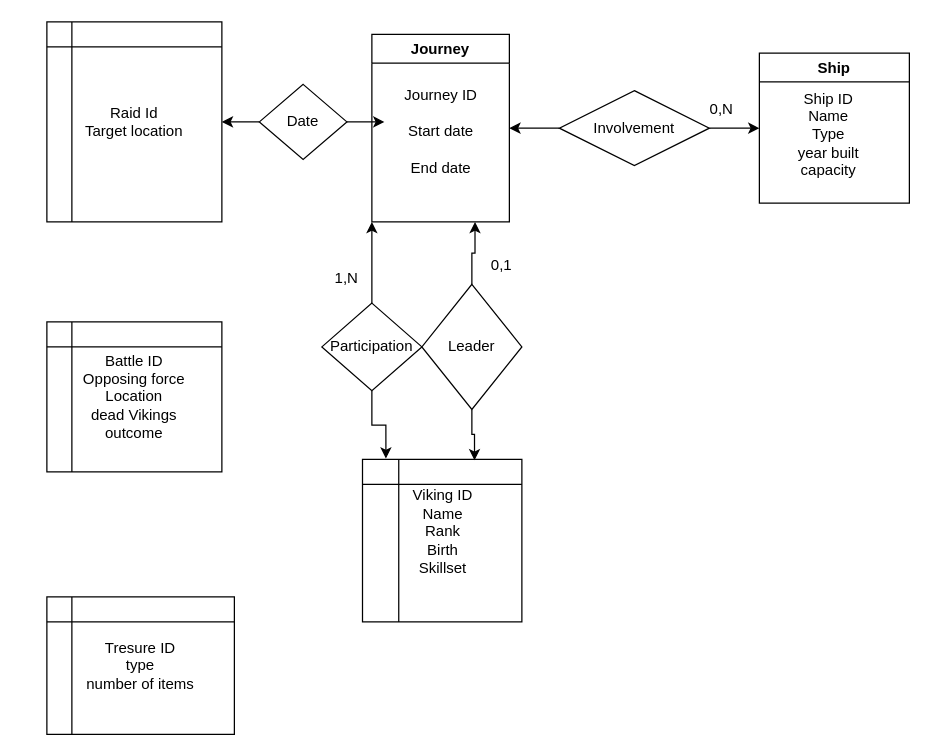
Markusgard/Databaser-innlevering keeps this draw.io diagram as P1.drawio. Above is the earlier version. Source tidied: cells renumbered, new cells numbered last; positions are measured from the earlier drawing's top-left corner, leaving out a move shared by most shapes. Both pictures are drawn from the tidied source at 125%, with x=0, y=0 at pixel (46, 21).
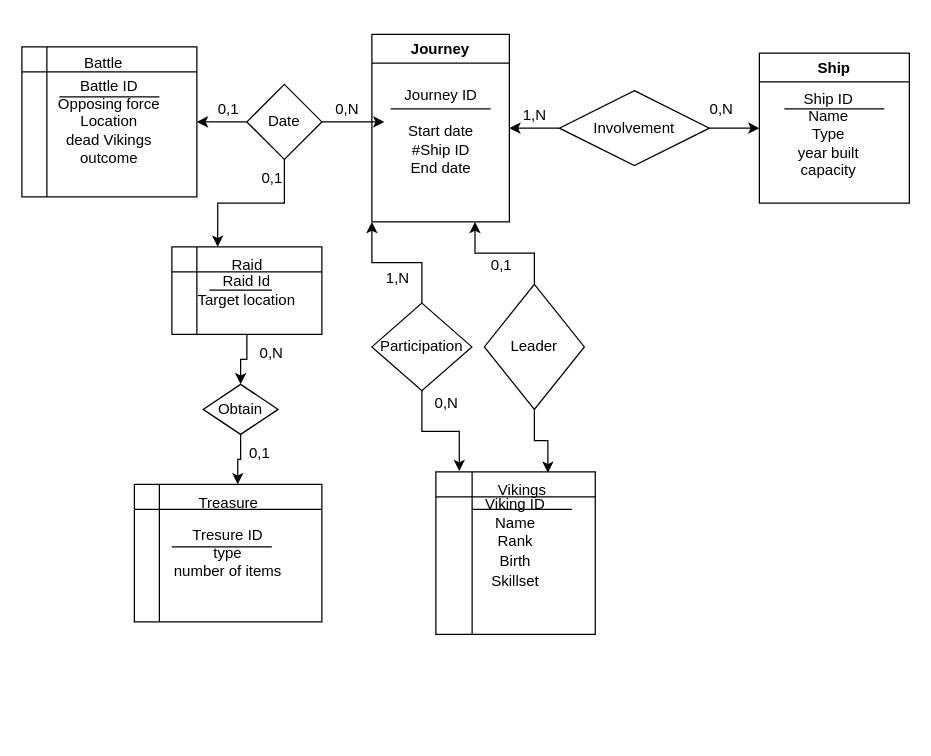
Above is the later version.

The change refers to these unchanged cells:
```xml
<mxCell id="2" value="Journey" style="swimlane;whiteSpace=wrap;html=1;" parent="1" vertex="1">
  <mxGeometry x="260" y="10" width="110" height="150" as="geometry" />
</mxCell>
<mxCell id="4" value="Ship" style="swimlane;whiteSpace=wrap;html=1;" parent="1" vertex="1">
  <mxGeometry x="570" y="25" width="120" height="120" as="geometry" />
</mxCell>
```

What changed in the source:
```diff
@@
-    <mxCell id="3" value="Journey ID&lt;div&gt;&lt;br&gt;&lt;/div&gt;&lt;div&gt;Start date&lt;/div&gt;&lt;div&gt;&lt;br&gt;&lt;/div&gt;&lt;div&gt;End date&lt;/div&gt;&lt;div&gt;&lt;br&gt;&lt;/div&gt;" style="text;html=1;align=center;verticalAlign=middle;strokeColor=none;fillColor=none;" parent="2" vertex="1">
+    <mxCell id="3" value="Journey ID&lt;div&gt;&lt;br&gt;&lt;/div&gt;&lt;div&gt;Start date&lt;/div&gt;&lt;div&gt;#Ship ID&lt;/div&gt;&lt;div&gt;End date&lt;/div&gt;&lt;div&gt;&lt;br&gt;&lt;/div&gt;" style="text;html=1;align=center;verticalAlign=middle;strokeColor=none;fillColor=none;" parent="2" vertex="1">
       <mxGeometry x="15" y="35" width="80" height="100" as="geometry" />
     </mxCell>
+    <mxCell id="26" style="endArrow=none;html=1;rounded=0;" parent="2" edge="1">
+      <mxGeometry relative="1" as="geometry">
+        <mxPoint x="15" y="59.5" as="sourcePoint" />
+        <mxPoint x="95" y="59.5" as="targetPoint" />
+      </mxGeometry>
+    </mxCell>
@@
+    <mxCell id="27" style="endArrow=none;html=1;rounded=0;" parent="4" edge="1">
+      <mxGeometry relative="1" as="geometry">
+        <mxPoint x="20" y="44.5" as="sourcePoint" />
+        <mxPoint x="100" y="44.5" as="targetPoint" />
+      </mxGeometry>
+    </mxCell>
@@
-    <mxCell id="10" value="Viking ID&lt;div&gt;Name&lt;/div&gt;&lt;div&gt;Rank&lt;/div&gt;&lt;div&gt;Birth&lt;/div&gt;&lt;div&gt;Skillset&lt;/div&gt;&lt;div&gt;&lt;br&gt;&lt;/div&gt;" style="shape=internalStorage;whiteSpace=wrap;html=1;backgroundOutline=1;dx=29;dy=20;" parent="1" vertex="1">
-      <mxGeometry x="252.5" y="350" width="127.5" height="130" as="geometry" />
+    <mxCell id="10" value="Viking ID&lt;div style=&quot;line-height: 130%;&quot;&gt;Name&lt;/div&gt;&lt;div style=&quot;line-height: 130%;&quot;&gt;Rank&lt;/div&gt;&lt;div style=&quot;line-height: 130%;&quot;&gt;Birth&lt;/div&gt;&lt;div style=&quot;line-height: 130%;&quot;&gt;Skillset&lt;/div&gt;&lt;div style=&quot;line-height: 130%;&quot;&gt;&lt;br&gt;&lt;/div&gt;" style="shape=internalStorage;whiteSpace=wrap;html=1;backgroundOutline=1;dx=29;dy=20;" parent="1" vertex="1">
+      <mxGeometry x="311.2" y="360" width="127.5" height="130" as="geometry" />
     </mxCell>
     <mxCell id="11" value="Participation" style="rhombus;whiteSpace=wrap;html=1;" parent="1" vertex="1">
-      <mxGeometry x="220" y="225" width="80" height="70" as="geometry" />
+      <mxGeometry x="260" y="225" width="80" height="70" as="geometry" />
     </mxCell>
@@
     <mxCell id="13" value="Leader" style="rhombus;whiteSpace=wrap;html=1;" parent="1" vertex="1">
-      <mxGeometry x="300" y="210" width="80" height="100" as="geometry" />
+      <mxGeometry x="350" y="210" width="80" height="100" as="geometry" />
     </mxCell>
@@
     <mxCell id="16" value="1,N" style="text;html=1;align=center;verticalAlign=middle;whiteSpace=wrap;rounded=0;" parent="1" vertex="1">
-      <mxGeometry x="210" y="190" width="60" height="30" as="geometry" />
+      <mxGeometry x="251.2" y="190" width="60" height="30" as="geometry" />
     </mxCell>
@@
+    <mxCell id="28" style="edgeStyle=orthogonalEdgeStyle;rounded=0;jettySize=auto;html=1;entryX=0.5;entryY=0;entryDx=0;entryDy=0;" parent="1" edge="1" source="19" target="38">
+      <mxGeometry relative="1" as="geometry" />
+    </mxCell>
     <mxCell id="19" value="Raid Id&lt;div&gt;Target location&lt;/div&gt;" style="shape=internalStorage;whiteSpace=wrap;html=1;backgroundOutline=1;" parent="1" vertex="1">
-      <mxGeometry width="140" height="160" as="geometry" />
+      <mxGeometry x="100" y="180" width="120" height="70" as="geometry" />
     </mxCell>
+    <mxCell id="21" value="Tresure ID&lt;div&gt;type&lt;/div&gt;&lt;div&gt;number of items&lt;/div&gt;" style="shape=internalStorage;whiteSpace=wrap;html=1;backgroundOutline=1;" parent="1" vertex="1">
+      <mxGeometry x="70" y="370" width="150" height="110" as="geometry" />
+    </mxCell>
+    <mxCell id="23" style="edgeStyle=orthogonalEdgeStyle;rounded=0;jettySize=auto;html=1;" parent="1" edge="1" source="24">
+      <mxGeometry relative="1" as="geometry">
+        <mxPoint x="270" y="80" as="targetPoint" />
+      </mxGeometry>
+    </mxCell>
+    <mxCell id="29" style="edgeStyle=orthogonalEdgeStyle;rounded=0;jettySize=auto;html=1;entryX=1;entryY=0.5;entryDx=0;entryDy=0;" parent="1" edge="1" source="24" target="20">
+      <mxGeometry relative="1" as="geometry" />
+    </mxCell>
+    <mxCell id="24" value="Date" style="rhombus;whiteSpace=wrap;html=1;" parent="1" vertex="1">
+      <mxGeometry x="160" y="50" width="60" height="60" as="geometry" />
+    </mxCell>
+    <mxCell id="30" style="endArrow=none;html=1;rounded=0;" parent="1" edge="1">
+      <mxGeometry relative="1" as="geometry">
+        <mxPoint x="340" y="390" as="sourcePoint" />
+        <mxPoint x="420" y="390" as="targetPoint" />
+      </mxGeometry>
+    </mxCell>
+    <mxCell id="31" style="endArrow=none;html=1;rounded=0;" parent="1" edge="1">
+      <mxGeometry relative="1" as="geometry">
+        <mxPoint x="100" y="420" as="sourcePoint" />
+        <mxPoint x="180" y="420" as="targetPoint" />
+      </mxGeometry>
+    </mxCell>
+    <mxCell id="32" value="Vikings" style="text;html=1;align=center;verticalAlign=middle;strokeColor=none;fillColor=none;" parent="1" vertex="1">
+      <mxGeometry x="350" y="360" width="60" height="30" as="geometry" />
+    </mxCell>
+    <mxCell id="33" value="Raid" style="text;html=1;align=center;verticalAlign=middle;points=[];strokeColor=none;fillColor=none;" parent="1" vertex="1">
+      <mxGeometry x="135" y="180" width="50" height="30" as="geometry" />
+    </mxCell>
     <mxCell id="20" value="Battle ID&lt;div&gt;Opposing force&lt;/div&gt;&lt;div&gt;Location&lt;/div&gt;&lt;div&gt;dead Vikings&lt;/div&gt;&lt;div&gt;outcome&lt;/div&gt;" style="shape=internalStorage;whiteSpace=wrap;html=1;backgroundOutline=1;" parent="1" vertex="1">
-      <mxGeometry y="240" width="140" height="120" as="geometry" />
+      <mxGeometry x="-20" y="20" width="140" height="120" as="geometry" />
     </mxCell>
-    <mxCell id="21" value="Tresure ID&lt;div&gt;type&lt;/div&gt;&lt;div&gt;number of items&lt;/div&gt;" style="shape=internalStorage;whiteSpace=wrap;html=1;backgroundOutline=1;" parent="1" vertex="1">
-      <mxGeometry y="460" width="150" height="110" as="geometry" />
-    </mxCell>
-    <mxCell id="22" style="edgeStyle=orthogonalEdgeStyle;rounded=0;jettySize=auto;html=1;" parent="1" edge="1" source="24" target="19">
-      <mxGeometry relative="1" as="geometry" />
-    </mxCell>
-    <mxCell id="23" style="edgeStyle=orthogonalEdgeStyle;rounded=0;jettySize=auto;html=1;" parent="1" edge="1" source="24">
-      <mxGeometry relative="1" as="geometry">
-        <mxPoint x="270" y="80" as="targetPoint" />
-      </mxGeometry>
-    </mxCell>
-    <mxCell id="24" value="Date" style="rhombus;whiteSpace=wrap;html=1;" parent="1" vertex="1">
-      <mxGeometry x="170" y="50" width="70" height="60" as="geometry" />
-    </mxCell>
@@
+    <mxCell id="34" style="endArrow=none;html=1;rounded=0;" parent="1" edge="1">
+      <mxGeometry relative="1" as="geometry">
+        <mxPoint x="10" y="60" as="sourcePoint" />
+        <mxPoint x="90" y="60" as="targetPoint" />
+      </mxGeometry>
+    </mxCell>
+    <mxCell id="35" value="Battle&lt;div&gt;&lt;br&gt;&lt;/div&gt;" style="text;html=1;align=center;verticalAlign=middle;strokeColor=none;fillColor=none;" parent="1" vertex="1">
+      <mxGeometry x="20" y="20" width="50" height="40" as="geometry" />
+    </mxCell>
+    <mxCell id="36" style="edgeStyle=orthogonalEdgeStyle;rounded=0;jettySize=auto;html=1;entryX=0.033;entryY=0;entryDx=0;entryDy=0;entryPerimeter=0;" parent="1" edge="1" source="24" target="33">
+      <mxGeometry relative="1" as="geometry" />
+    </mxCell>
+    <mxCell id="37" value="Treasure" style="text;html=1;align=center;verticalAlign=middle;points=[];strokeColor=none;fillColor=none;" parent="1" vertex="1">
+      <mxGeometry x="110" y="370" width="70" height="30" as="geometry" />
+    </mxCell>
+    <mxCell id="38" value="Obtain" style="rhombus;whiteSpace=wrap;html=1;" parent="1" vertex="1">
+      <mxGeometry x="125" y="290" width="60" height="40" as="geometry" />
+    </mxCell>
+    <mxCell id="39" style="edgeStyle=orthogonalEdgeStyle;rounded=0;jettySize=auto;html=1;entryX=0.61;entryY=0;entryDx=0;entryDy=0;entryPerimeter=0;" parent="1" edge="1" source="38" target="37">
+      <mxGeometry relative="1" as="geometry" />
+    </mxCell>
+    <mxCell id="40" value="0,N" style="text;html=1;align=center;verticalAlign=middle;whiteSpace=wrap;rounded=0;" parent="1" vertex="1">
+      <mxGeometry x="150" y="250" width="60" height="30" as="geometry" />
+    </mxCell>
+    <mxCell id="41" value="0,1" style="text;html=1;align=center;verticalAlign=middle;strokeColor=none;fillColor=none;" parent="1" vertex="1">
+      <mxGeometry x="150" y="330" width="40" height="30" as="geometry" />
+    </mxCell>
+    <mxCell id="42" style="endArrow=none;html=1;rounded=0;" parent="1" edge="1">
+      <mxGeometry relative="1" as="geometry">
+        <mxPoint x="130" y="214.5" as="sourcePoint" />
+        <mxPoint x="180" y="214.5" as="targetPoint" />
+      </mxGeometry>
+    </mxCell>
+    <mxCell id="43" value="0,N" style="text;html=1;align=center;verticalAlign=middle;whiteSpace=wrap;rounded=0;" parent="1" vertex="1">
+      <mxGeometry x="290" y="290" width="60" height="30" as="geometry" />
+    </mxCell>
+    <mxCell id="44" value="1,N" style="text;html=1;align=center;verticalAlign=middle;strokeColor=none;fillColor=none;" parent="1" vertex="1">
+      <mxGeometry x="370" y="60" width="40" height="30" as="geometry" />
+    </mxCell>
+    <mxCell id="45" value="0,1" style="text;html=1;align=center;verticalAlign=middle;strokeColor=none;fillColor=none;" parent="1" vertex="1">
+      <mxGeometry x="125" y="55" width="40" height="30" as="geometry" />
+    </mxCell>
+    <mxCell id="46" value="0,1" style="text;html=1;align=center;verticalAlign=middle;strokeColor=none;fillColor=none;" parent="1" vertex="1">
+      <mxGeometry x="160" y="110" width="40" height="30" as="geometry" />
+    </mxCell>
+    <mxCell id="47" value="0,N" style="text;html=1;align=center;verticalAlign=middle;strokeColor=none;fillColor=none;" parent="1" vertex="1">
+      <mxGeometry x="220" y="55" width="40" height="30" as="geometry" />
+    </mxCell>
```
